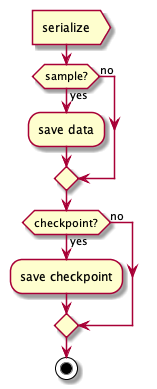
kghose/groho keeps this PlantUML diagram as docs/uml/png/serialize.png. Above is the earlier version.
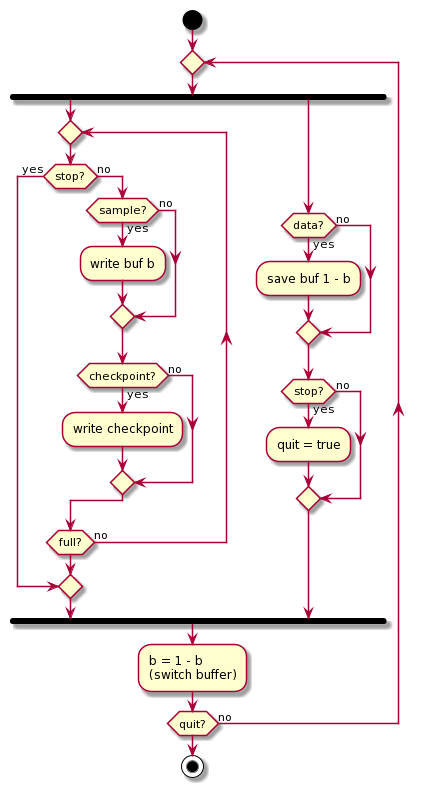
After the commit.

Commit message:
Depict double buffer dance

This was a hard one, but I think I
finally got it.

What changed in the source:
```diff
@@ -1,16 +1,48 @@
-@startuml serialize
+@startuml
+start
 
-:serialize>
+repeat
 
-if (sample?) then (yes)
-  :save data;
-else (no)
-endif
+fork
 
-if (checkpoint?) then (yes)
-  :save checkpoint;
-else (no)
-endif
+repeat
+
+  if (stop?) then (yes)
+    break;
+  else (no)
+
+    if (sample?) then (yes)
+      :write buf b;
+    else (no)
+    endif
+
+    if (checkpoint?) then (yes)
+      :write checkpoint;
+    else (no)
+    endif
+
+
+  endif
+
+repeat while(full?) is (no)
+
+fork again
+
+  if (data?) then (yes)
+    :save buf 1 - b;
+  else (no)
+  endif
+
+  if (stop?) then (yes)
+    :quit = true;
+  else (no)
+  endif
+
+end fork
+
+:b = 1 - b\n(switch buffer);
+
+repeat while (quit?) is (no)
 
 stop
 @enduml
```
